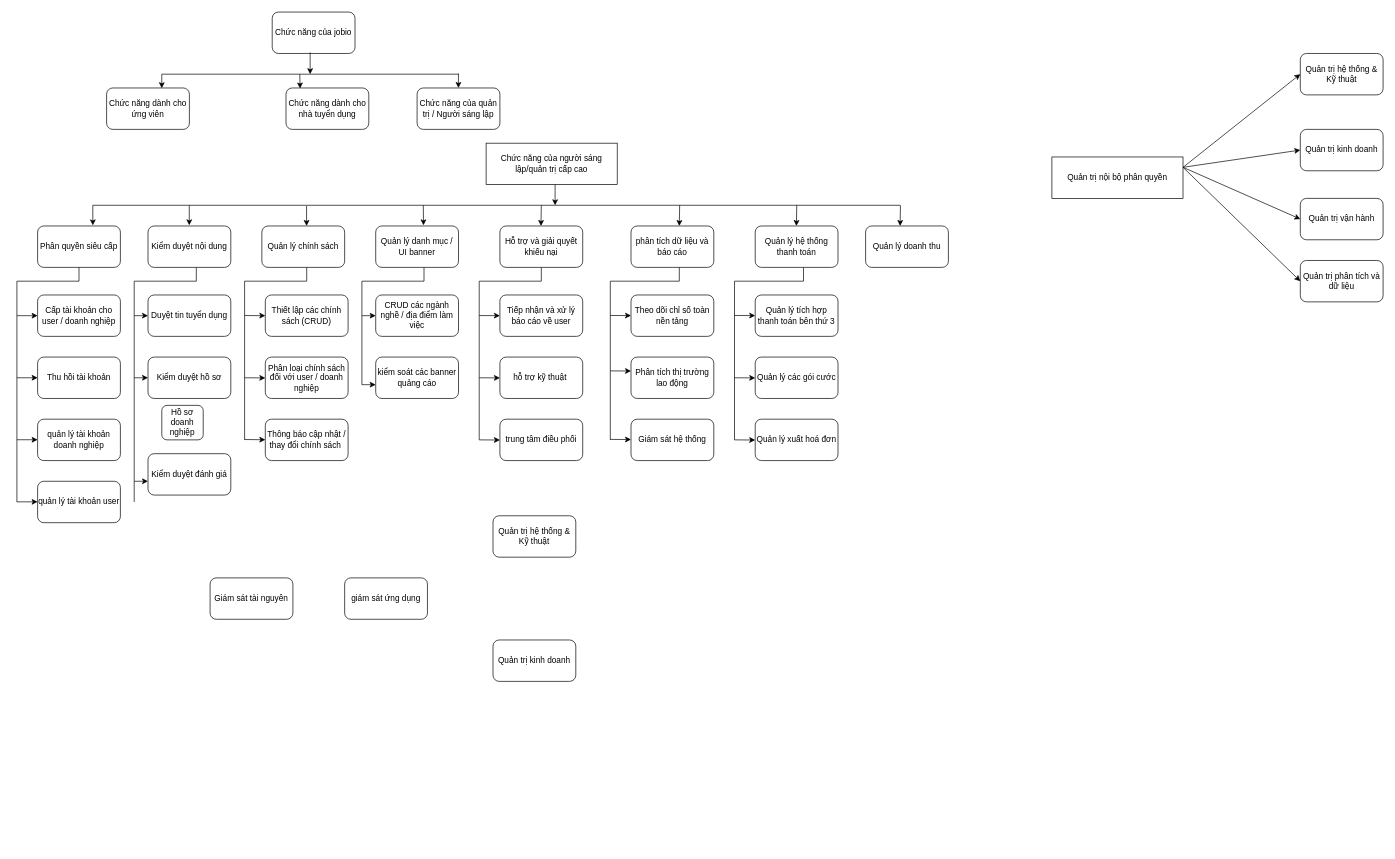
Earlier version of the draw.io diagram jobio.drawio (vuongnd03/black-had). Source tidied: cells renumbered, new cells numbered last; positions are measured from the earlier drawing's top-left corner, leaving out a move shared by most shapes. Both pictures are drawn from the tidied source at 69%, with x=0, y=0 at pixel (17, 12).
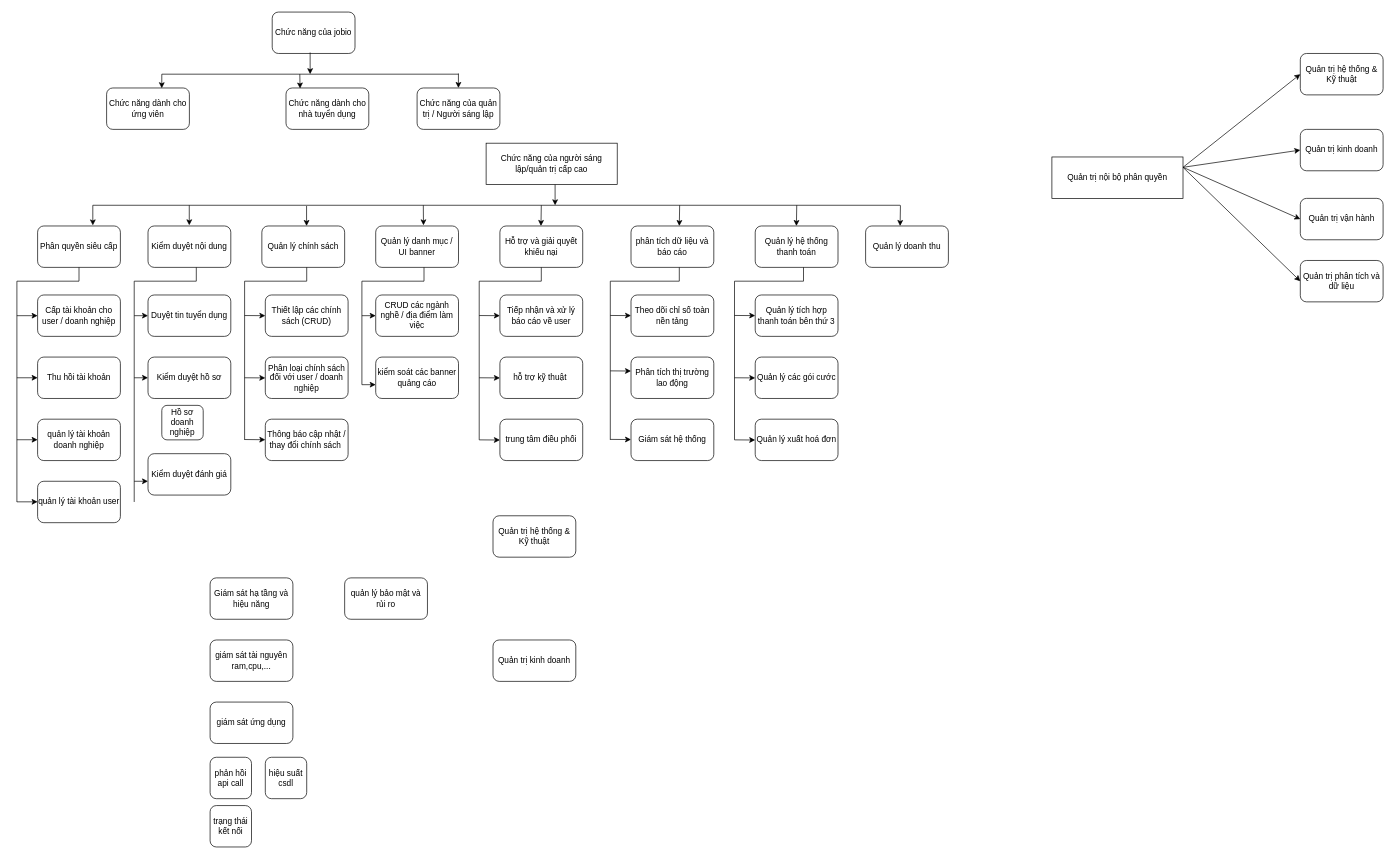
The same diagram, later.

What changed in the source:
```diff
@@
-    <mxCell id="97" value="Giám sát tài nguyên" style="rounded=1;whiteSpace=wrap;html=1;" parent="1" vertex="1">
+    <mxCell id="97" value="Giám sát hạ tầng và hiệu năng" style="rounded=1;whiteSpace=wrap;html=1;" parent="1" vertex="1">
       <mxGeometry x="280" y="820" width="120" height="60" as="geometry" />
     </mxCell>
-    <mxCell id="98" value="giám sát ứng dụng" style="rounded=1;whiteSpace=wrap;html=1;" parent="1" vertex="1">
+    <mxCell id="98" value="quản lý bảo mật và rủi ro" style="rounded=1;whiteSpace=wrap;html=1;" parent="1" vertex="1">
       <mxGeometry x="475" y="820" width="120" height="60" as="geometry" />
     </mxCell>
@@
+    <mxCell id="100" value="giám sát tài nguyên ram,cpu,..." style="rounded=1;whiteSpace=wrap;html=1;" parent="1" vertex="1">
+      <mxGeometry x="280" y="910" width="120" height="60" as="geometry" />
+    </mxCell>
+    <mxCell id="101" value="giám sát ứng dụng" style="rounded=1;whiteSpace=wrap;html=1;" parent="1" vertex="1">
+      <mxGeometry x="280" y="1000" width="120" height="60" as="geometry" />
+    </mxCell>
+    <mxCell id="102" value="phản hồi api call" style="rounded=1;whiteSpace=wrap;html=1;" parent="1" vertex="1">
+      <mxGeometry x="280" y="1080" width="60" height="60" as="geometry" />
+    </mxCell>
+    <mxCell id="103" value="hiệu suất csdl" style="rounded=1;whiteSpace=wrap;html=1;" parent="1" vertex="1">
+      <mxGeometry x="360" y="1080" width="60" height="60" as="geometry" />
+    </mxCell>
+    <mxCell id="104" value="trạng thái kết nối" style="rounded=1;whiteSpace=wrap;html=1;" parent="1" vertex="1">
+      <mxGeometry x="280" y="1150" width="60" height="60" as="geometry" />
+    </mxCell>
```
